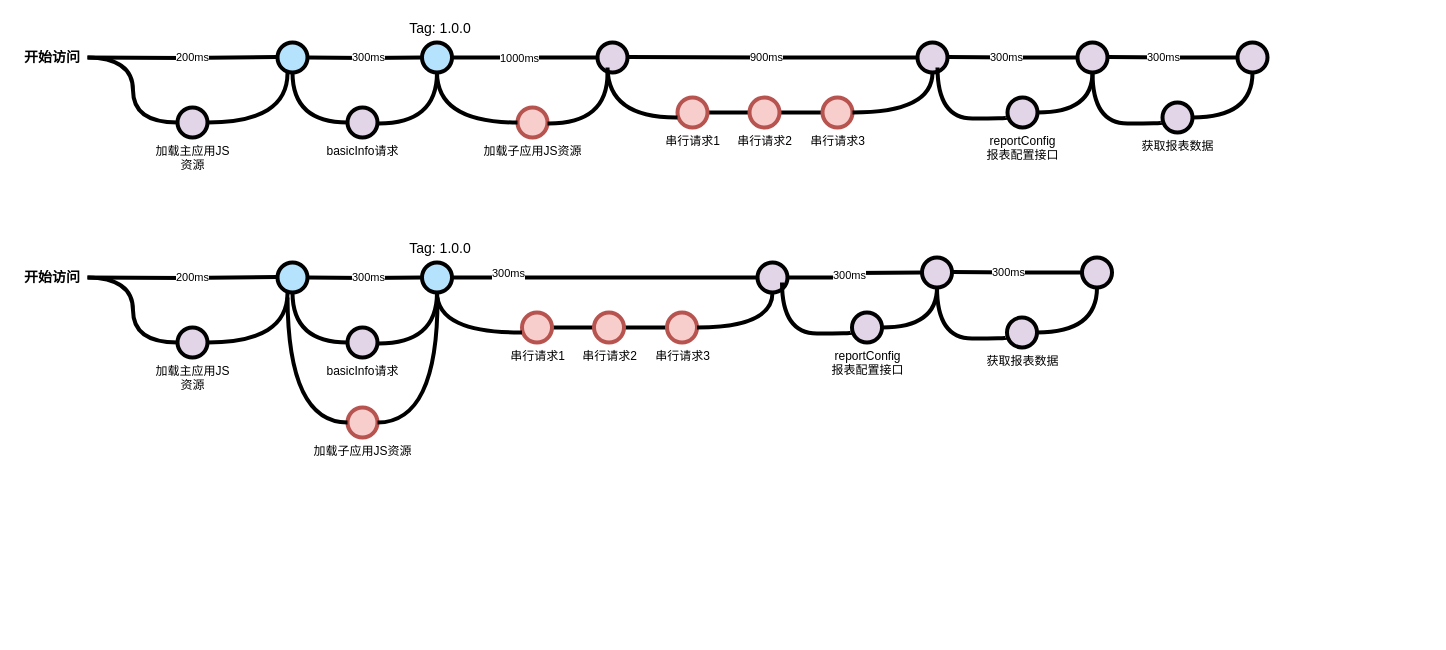
Above: 未命名绘图.drawio in EzrealDeng/blog (draw.io), before the change. Source tidied: cells renumbered, new cells numbered last; positions are measured from the earlier drawing's top-left corner, leaving out a move shared by most shapes. Both pictures are drawn from the tidied source at 100%, with x=0, y=0 at pixel (17, 17).
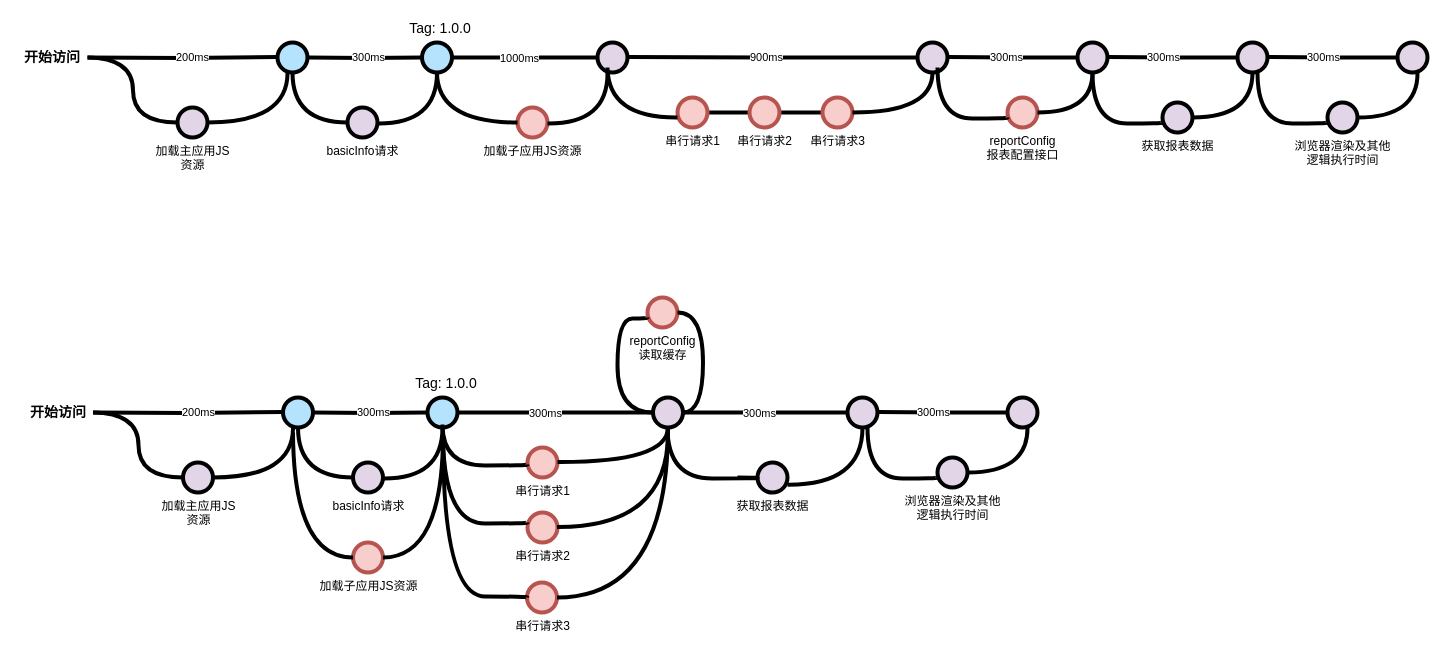
Above is the later version.

Commit message:
更新未命名绘图.drawio

The edit, as a diff of the source:
```diff
@@
-    <mxCell id="34" value="reportConfig&lt;br&gt;报表配置接口" style="verticalLabelPosition=bottom;verticalAlign=top;html=1;strokeWidth=4;shape=mxgraph.flowchart.on-page_reference;plain-purple;gradientColor=none;strokeColor=#000000;" parent="1" vertex="1">
+    <mxCell id="34" value="reportConfig&lt;br&gt;报表配置接口" style="verticalLabelPosition=bottom;verticalAlign=top;html=1;strokeWidth=4;shape=mxgraph.flowchart.on-page_reference;strokeColor=#b85450;fillColor=#f8cecc;" parent="1" vertex="1">
       <mxGeometry x="990" y="80" width="30" height="30" as="geometry" />
     </mxCell>
@@
     <mxCell id="44" style="verticalLabelPosition=bottom;verticalAlign=top;html=1;strokeWidth=4;shape=mxgraph.flowchart.on-page_reference;plain-blue;gradientColor=none;fillColor=#B5E3Fe;strokeColor=#000000;" parent="1" vertex="1">
-      <mxGeometry x="404.5" y="245" width="30" height="30" as="geometry" />
+      <mxGeometry x="410" y="380" width="30" height="30" as="geometry" />
     </mxCell>
     <mxCell id="45" style="edgeStyle=orthogonalEdgeStyle;rounded=0;html=1;jettySize=auto;strokeWidth=4;endArrow=none;endFill=0;" parent="1" edge="1" target="44">
       <mxGeometry x="204.5" y="180" as="geometry">
-        <mxPoint x="290" y="260" as="sourcePoint" />
+        <mxPoint x="295.5" y="395" as="sourcePoint" />
       </mxGeometry>
     </mxCell>
@@
     <mxCell id="47" value="开始访问" style="text;html=1;strokeColor=none;fillColor=none;align=center;verticalAlign=middle;whiteSpace=wrap;overflow=hidden;fontSize=14;fontStyle=1;fontFamily=Courier New;" parent="1" vertex="1">
-      <mxGeometry y="250" width="70" height="20" as="geometry" />
+      <mxGeometry x="5.5" y="385" width="70" height="20" as="geometry" />
     </mxCell>
-    <mxCell id="48" style="edgeStyle=orthogonalEdgeStyle;curved=1;rounded=0;html=1;exitX=1;exitY=0.5;exitPerimeter=0;entryX=0;entryY=0.5;entryPerimeter=0;endArrow=none;endFill=0;jettySize=auto;strokeWidth=4;fontSize=15;" parent="1" edge="1" source="49" target="51">
-      <mxGeometry relative="1" as="geometry" />
-    </mxCell>
     <mxCell id="49" value="串行请求1" style="verticalLabelPosition=bottom;verticalAlign=top;html=1;strokeWidth=4;shape=mxgraph.flowchart.on-page_reference;strokeColor=#b85450;fillColor=#f8cecc;" parent="1" vertex="1">
-      <mxGeometry x="504.5" y="295" width="30" height="30" as="geometry" />
+      <mxGeometry x="510" y="430" width="30" height="30" as="geometry" />
     </mxCell>
-    <mxCell id="50" style="edgeStyle=orthogonalEdgeStyle;curved=1;rounded=0;html=1;exitX=1;exitY=0.5;exitPerimeter=0;entryX=0;entryY=0.5;entryPerimeter=0;endArrow=none;endFill=0;jettySize=auto;strokeWidth=4;fontSize=15;" parent="1" edge="1" source="51" target="52">
-      <mxGeometry relative="1" as="geometry" />
-    </mxCell>
-    <mxCell id="51" value="串行请求2" style="verticalLabelPosition=bottom;verticalAlign=top;html=1;strokeWidth=4;shape=mxgraph.flowchart.on-page_reference;strokeColor=#b85450;fillColor=#f8cecc;" parent="1" vertex="1">
-      <mxGeometry x="576.5" y="295" width="30" height="30" as="geometry" />
-    </mxCell>
-    <mxCell id="52" value="串行请求3" style="verticalLabelPosition=bottom;verticalAlign=top;html=1;strokeWidth=4;shape=mxgraph.flowchart.on-page_reference;strokeColor=#b85450;fillColor=#f8cecc;" parent="1" vertex="1">
-      <mxGeometry x="649.5" y="295" width="30" height="30" as="geometry" />
-    </mxCell>
     <mxCell id="53" value="Tag: 1.0.0" style="text;html=1;strokeColor=none;fillColor=none;align=center;verticalAlign=middle;whiteSpace=wrap;overflow=hidden;fontSize=14;" parent="1" vertex="1">
-      <mxGeometry x="388.4" y="220" width="70" height="20" as="geometry" />
+      <mxGeometry x="393.9" y="355" width="70" height="20" as="geometry" />
     </mxCell>
     <mxCell id="54" style="verticalLabelPosition=bottom;verticalAlign=top;html=1;strokeWidth=4;shape=mxgraph.flowchart.on-page_reference;plain-blue;gradientColor=none;fillColor=#B5E3Fe;strokeColor=#000000;" parent="1" vertex="1">
-      <mxGeometry x="260" y="245" width="30" height="30" as="geometry" />
+      <mxGeometry x="265.5" y="380" width="30" height="30" as="geometry" />
     </mxCell>
     <mxCell id="55" style="edgeStyle=orthogonalEdgeStyle;rounded=0;html=1;jettySize=auto;orthogonalLoop=1;plain-blue;endArrow=none;endFill=0;strokeWidth=4;strokeColor=#000000;" parent="1" edge="1">
       <mxGeometry x="304.5" y="180" as="geometry">
-        <mxPoint x="70" y="260" as="sourcePoint" />
-        <mxPoint x="260" y="259.5" as="targetPoint" />
+        <mxPoint x="75.5" y="395" as="sourcePoint" />
+        <mxPoint x="265.5" y="394.5" as="targetPoint" />
       </mxGeometry>
     </mxCell>
@@
     <mxCell id="57" value="basicInfo请求" style="verticalLabelPosition=bottom;verticalAlign=top;html=1;strokeWidth=4;shape=mxgraph.flowchart.on-page_reference;plain-purple;gradientColor=none;strokeColor=#000000;" parent="1" vertex="1">
-      <mxGeometry x="330" y="310" width="30" height="30" as="geometry" />
+      <mxGeometry x="335.5" y="445" width="30" height="30" as="geometry" />
     </mxCell>
@@
     <mxCell id="59" style="edgeStyle=orthogonalEdgeStyle;curved=1;rounded=0;html=1;entryX=0.5;entryY=1;entryPerimeter=0;endArrow=none;endFill=0;jettySize=auto;strokeWidth=4;fontSize=15;entryDx=0;entryDy=0;" parent="1" edge="1" target="44">
       <mxGeometry relative="1" as="geometry">
-        <mxPoint x="360" y="326" as="sourcePoint" />
+        <mxPoint x="365.5" y="461" as="sourcePoint" />
       </mxGeometry>
     </mxCell>
     <mxCell id="60" value="加载主应用JS&lt;br&gt;资源" style="verticalLabelPosition=bottom;verticalAlign=top;html=1;strokeWidth=4;shape=mxgraph.flowchart.on-page_reference;plain-purple;gradientColor=none;strokeColor=#000000;" parent="1" vertex="1">
-      <mxGeometry x="160" y="310" width="30" height="30" as="geometry" />
+      <mxGeometry x="165.5" y="445" width="30" height="30" as="geometry" />
     </mxCell>
     <mxCell id="61" style="edgeStyle=orthogonalEdgeStyle;curved=1;rounded=0;html=1;entryX=0;entryY=0.5;entryPerimeter=0;endArrow=none;endFill=0;jettySize=auto;strokeWidth=4;fontSize=15;entryDx=0;entryDy=0;" parent="1" edge="1" target="60">
       <mxGeometry relative="1" as="geometry">
-        <mxPoint x="70" y="260" as="sourcePoint" />
+        <mxPoint x="75.5" y="395" as="sourcePoint" />
       </mxGeometry>
     </mxCell>
     <mxCell id="62" style="edgeStyle=orthogonalEdgeStyle;curved=1;rounded=0;html=1;entryX=0.5;entryY=1;entryPerimeter=0;endArrow=none;endFill=0;jettySize=auto;strokeWidth=4;fontSize=15;entryDx=0;entryDy=0;exitX=1;exitY=0.5;exitDx=0;exitDy=0;exitPerimeter=0;" parent="1" edge="1" source="60">
       <mxGeometry relative="1" as="geometry">
-        <mxPoint x="270" y="275" as="targetPoint" />
+        <mxPoint x="275.5" y="410" as="targetPoint" />
       </mxGeometry>
     </mxCell>
     <mxCell id="63" style="edgeStyle=orthogonalEdgeStyle;rounded=0;html=1;jettySize=auto;plain-blue;endArrow=none;endFill=0;strokeWidth=4;strokeColor=#000000;exitX=1;exitY=0.5;exitDx=0;exitDy=0;exitPerimeter=0;" parent="1" edge="1" source="44">
       <mxGeometry x="304.5" y="180" as="geometry">
-        <mxPoint x="740" y="260" as="targetPoint" />
+        <mxPoint x="635.5" y="395" as="targetPoint" />
       </mxGeometry>
     </mxCell>
     <mxCell id="64" value="300ms" style="edgeLabel;html=1;align=center;verticalAlign=middle;" parent="63" vertex="1">
       <mxGeometry relative="1" as="geometry">
-        <mxPoint x="-97" y="-5" as="offset" />
+        <mxPoint x="-10" as="offset" />
       </mxGeometry>
     </mxCell>
-    <mxCell id="65" style="edgeStyle=orthogonalEdgeStyle;curved=1;rounded=0;html=1;entryX=0.5;entryY=1;entryPerimeter=0;endArrow=none;endFill=0;jettySize=auto;strokeWidth=4;fontSize=15;entryDx=0;entryDy=0;" parent="1" edge="1" target="44">
+    <mxCell id="65" style="edgeStyle=orthogonalEdgeStyle;curved=1;rounded=0;html=1;entryX=0.5;entryY=1;entryPerimeter=0;endArrow=none;endFill=0;jettySize=auto;orthogonalLoop=1;strokeWidth=4;fontSize=15;entryDx=0;entryDy=0;" parent="1" edge="1">
       <mxGeometry relative="1" as="geometry">
-        <mxPoint x="504.5" y="315" as="sourcePoint" />
+        <mxPoint x="510" y="447" as="sourcePoint" />
+        <mxPoint x="425" y="407" as="targetPoint" />
+        <Array as="points">
+          <mxPoint x="510.5" y="448" />
+          <mxPoint x="425.5" y="448" />
+        </Array>
       </mxGeometry>
     </mxCell>
     <mxCell id="66" style="verticalLabelPosition=bottom;verticalAlign=top;html=1;strokeWidth=4;shape=mxgraph.flowchart.on-page_reference;plain-purple;gradientColor=none;strokeColor=#000000;" parent="1" vertex="1">
-      <mxGeometry x="740" y="245" width="30" height="30" as="geometry" />
+      <mxGeometry x="635.5" y="380" width="30" height="30" as="geometry" />
     </mxCell>
-    <mxCell id="67" style="edgeStyle=orthogonalEdgeStyle;curved=1;rounded=0;html=1;entryX=0.5;entryY=1;entryPerimeter=0;endArrow=none;endFill=0;jettySize=auto;strokeWidth=4;fontSize=15;entryDx=0;entryDy=0;exitX=1;exitY=0.5;exitDx=0;exitDy=0;exitPerimeter=0;" parent="1" edge="1" source="52" target="66">
-      <mxGeometry relative="1" as="geometry" />
-    </mxCell>
     <mxCell id="68" style="edgeStyle=orthogonalEdgeStyle;rounded=0;html=1;jettySize=auto;plain-blue;endArrow=none;endFill=0;strokeWidth=4;strokeColor=#000000;exitX=1;exitY=0.5;exitDx=0;exitDy=0;exitPerimeter=0;" parent="1" edge="1" source="66">
       <mxGeometry x="304.5" y="180" as="geometry">
-        <mxPoint x="904.5" y="255" as="targetPoint" />
+        <mxPoint x="830" y="395" as="targetPoint" />
       </mxGeometry>
     </mxCell>
@@
-    <mxCell id="70" value="reportConfig&lt;br&gt;报表配置接口" style="verticalLabelPosition=bottom;verticalAlign=top;html=1;strokeWidth=4;shape=mxgraph.flowchart.on-page_reference;plain-purple;gradientColor=none;strokeColor=#000000;" parent="1" vertex="1">
-      <mxGeometry x="834.5" y="295" width="30" height="30" as="geometry" />
+    <mxCell id="70" value="reportConfig&lt;br&gt;读取缓存&lt;br&gt;" style="verticalLabelPosition=bottom;verticalAlign=top;html=1;strokeWidth=4;shape=mxgraph.flowchart.on-page_reference;strokeColor=#b85450;fillColor=#f8cecc;" parent="1" vertex="1">
+      <mxGeometry x="630" y="280" width="30" height="30" as="geometry" />
     </mxCell>
-    <mxCell id="71" style="edgeStyle=orthogonalEdgeStyle;curved=1;rounded=0;html=1;entryX=0.5;entryY=1;entryPerimeter=0;endArrow=none;endFill=0;jettySize=auto;strokeWidth=4;fontSize=15;entryDx=0;entryDy=0;exitX=1;exitY=0.5;exitDx=0;exitDy=0;exitPerimeter=0;" parent="1" edge="1" source="70" target="72">
+    <mxCell id="71" style="edgeStyle=orthogonalEdgeStyle;curved=1;rounded=0;html=1;entryX=1;entryY=0.5;entryPerimeter=0;endArrow=none;endFill=0;jettySize=auto;strokeWidth=4;fontSize=15;entryDx=0;entryDy=0;exitX=1;exitY=0.5;exitDx=0;exitDy=0;exitPerimeter=0;" parent="1" edge="1" source="70" target="66">
       <mxGeometry relative="1" as="geometry" />
     </mxCell>
-    <mxCell id="72" style="verticalLabelPosition=bottom;verticalAlign=top;html=1;strokeWidth=4;shape=mxgraph.flowchart.on-page_reference;plain-purple;gradientColor=none;strokeColor=#000000;" parent="1" vertex="1">
-      <mxGeometry x="904.5" y="240" width="30" height="30" as="geometry" />
-    </mxCell>
-    <mxCell id="73" style="edgeStyle=orthogonalEdgeStyle;curved=1;rounded=0;html=1;entryX=0.5;entryY=1;entryPerimeter=0;endArrow=none;endFill=0;jettySize=auto;orthogonalLoop=1;strokeWidth=4;fontSize=15;entryDx=0;entryDy=0;" parent="1" edge="1">
-      <mxGeometry relative="1" as="geometry">
-        <mxPoint x="834.5" y="315" as="sourcePoint" />
-        <mxPoint x="764.5" y="265" as="targetPoint" />
-        <Array as="points">
-          <mxPoint x="834.5" y="316" />
-          <mxPoint x="764.5" y="316" />
-        </Array>
-      </mxGeometry>
-    </mxCell>
-    <mxCell id="74" style="edgeStyle=orthogonalEdgeStyle;rounded=0;html=1;jettySize=auto;orthogonalLoop=1;plain-blue;endArrow=none;endFill=0;strokeWidth=4;strokeColor=#000000;" parent="1" edge="1">
-      <mxGeometry x="304.5" y="180" as="geometry">
-        <mxPoint x="934.5" y="254.5" as="sourcePoint" />
-        <mxPoint x="1064.5" y="255" as="targetPoint" />
-      </mxGeometry>
-    </mxCell>
-    <mxCell id="75" value="300ms" style="edgeLabel;html=1;align=center;verticalAlign=middle;" parent="74" vertex="1">
-      <mxGeometry relative="1" as="geometry">
-        <mxPoint x="-9" as="offset" />
-      </mxGeometry>
-    </mxCell>
     <mxCell id="76" value="获取报表数据" style="verticalLabelPosition=bottom;verticalAlign=top;html=1;strokeWidth=4;shape=mxgraph.flowchart.on-page_reference;plain-purple;gradientColor=none;strokeColor=#000000;" parent="1" vertex="1">
-      <mxGeometry x="989.5" y="300" width="30" height="30" as="geometry" />
+      <mxGeometry x="740" y="445" width="30" height="30" as="geometry" />
     </mxCell>
-    <mxCell id="77" style="edgeStyle=orthogonalEdgeStyle;curved=1;rounded=0;html=1;entryX=0.5;entryY=1;entryPerimeter=0;endArrow=none;endFill=0;jettySize=auto;strokeWidth=4;fontSize=15;entryDx=0;entryDy=0;exitX=1;exitY=0.5;exitDx=0;exitDy=0;exitPerimeter=0;" parent="1" edge="1" source="76" target="79">
-      <mxGeometry relative="1" as="geometry" />
-    </mxCell>
-    <mxCell id="78" style="edgeStyle=orthogonalEdgeStyle;curved=1;rounded=0;html=1;entryX=0.5;entryY=1;entryPerimeter=0;endArrow=none;endFill=0;jettySize=auto;orthogonalLoop=1;strokeWidth=4;fontSize=15;entryDx=0;entryDy=0;" parent="1" edge="1">
-      <mxGeometry relative="1" as="geometry">
-        <mxPoint x="989.5" y="320" as="sourcePoint" />
-        <mxPoint x="919.5" y="270" as="targetPoint" />
-        <Array as="points">
-          <mxPoint x="989.5" y="321" />
-          <mxPoint x="919.5" y="321" />
-        </Array>
-      </mxGeometry>
-    </mxCell>
     <mxCell id="79" style="verticalLabelPosition=bottom;verticalAlign=top;html=1;strokeWidth=4;shape=mxgraph.flowchart.on-page_reference;plain-purple;gradientColor=none;strokeColor=#000000;" parent="1" vertex="1">
-      <mxGeometry x="1064.5" y="240" width="30" height="30" as="geometry" />
+      <mxGeometry x="830" y="380" width="30" height="30" as="geometry" />
     </mxCell>
     <mxCell id="80" value="加载子应用JS资源" style="verticalLabelPosition=bottom;verticalAlign=top;html=1;strokeWidth=4;shape=mxgraph.flowchart.on-page_reference;strokeColor=#b85450;fillColor=#f8cecc;" parent="1" vertex="1">
-      <mxGeometry x="330" y="390" width="30" height="30" as="geometry" />
+      <mxGeometry x="335.5" y="525" width="30" height="30" as="geometry" />
     </mxCell>
     <mxCell id="81" style="edgeStyle=orthogonalEdgeStyle;curved=1;rounded=0;html=1;endArrow=none;endFill=0;jettySize=auto;strokeWidth=4;fontSize=15;exitX=0;exitY=0.5;exitDx=0;exitDy=0;exitPerimeter=0;" parent="1" edge="1" source="80">
       <mxGeometry relative="1" as="geometry">
-        <mxPoint x="270" y="280" as="targetPoint" />
+        <mxPoint x="275.5" y="415" as="targetPoint" />
       </mxGeometry>
     </mxCell>
     <mxCell id="82" style="edgeStyle=orthogonalEdgeStyle;curved=1;rounded=0;html=1;endArrow=none;endFill=0;jettySize=auto;strokeWidth=4;fontSize=15;exitX=1;exitY=0.5;exitDx=0;exitDy=0;exitPerimeter=0;" parent="1" edge="1" source="80">
       <mxGeometry relative="1" as="geometry">
-        <mxPoint x="420" y="280" as="targetPoint" />
+        <mxPoint x="425.5" y="415" as="targetPoint" />
       </mxGeometry>
     </mxCell>
+    <mxCell id="51" value="串行请求2" style="verticalLabelPosition=bottom;verticalAlign=top;html=1;strokeWidth=4;shape=mxgraph.flowchart.on-page_reference;strokeColor=#b85450;fillColor=#f8cecc;" parent="1" vertex="1">
+      <mxGeometry x="510" y="495" width="30" height="30" as="geometry" />
+    </mxCell>
+    <mxCell id="52" value="串行请求3" style="verticalLabelPosition=bottom;verticalAlign=top;html=1;strokeWidth=4;shape=mxgraph.flowchart.on-page_reference;strokeColor=#b85450;fillColor=#f8cecc;" parent="1" vertex="1">
+      <mxGeometry x="509.5" y="565" width="30" height="30" as="geometry" />
+    </mxCell>
+    <mxCell id="67" style="edgeStyle=orthogonalEdgeStyle;curved=1;rounded=0;html=1;endArrow=none;endFill=0;jettySize=auto;strokeWidth=4;fontSize=15;exitX=1;exitY=0.5;exitDx=0;exitDy=0;exitPerimeter=0;entryX=0.5;entryY=1;entryDx=0;entryDy=0;entryPerimeter=0;" parent="1" edge="1" source="52" target="66">
+      <mxGeometry relative="1" as="geometry" />
+    </mxCell>
+    <mxCell id="83" style="edgeStyle=orthogonalEdgeStyle;curved=1;rounded=0;html=1;endArrow=none;endFill=0;jettySize=auto;strokeWidth=4;fontSize=15;exitX=1;exitY=0.5;exitDx=0;exitDy=0;exitPerimeter=0;entryX=0.5;entryY=1;entryDx=0;entryDy=0;entryPerimeter=0;" parent="1" edge="1" target="66">
+      <mxGeometry relative="1" as="geometry">
+        <mxPoint x="540" y="444.5" as="sourcePoint" />
+      </mxGeometry>
+    </mxCell>
+    <mxCell id="84" style="edgeStyle=orthogonalEdgeStyle;curved=1;rounded=0;html=1;endArrow=none;endFill=0;jettySize=auto;orthogonalLoop=1;strokeWidth=4;fontSize=15;" parent="1" edge="1">
+      <mxGeometry relative="1" as="geometry">
+        <mxPoint x="510" y="505" as="sourcePoint" />
+        <mxPoint x="425.5" y="415" as="targetPoint" />
+        <Array as="points">
+          <mxPoint x="510.5" y="506" />
+          <mxPoint x="425.5" y="506" />
+        </Array>
+      </mxGeometry>
+    </mxCell>
+    <mxCell id="85" style="edgeStyle=orthogonalEdgeStyle;curved=1;rounded=0;html=1;endArrow=none;endFill=0;jettySize=auto;orthogonalLoop=1;strokeWidth=4;fontSize=15;exitX=1;exitY=0.5;exitDx=0;exitDy=0;exitPerimeter=0;" parent="1" edge="1">
+      <mxGeometry relative="1" as="geometry">
+        <mxPoint x="539.5" y="509.5" as="sourcePoint" />
+        <mxPoint x="650.5" y="415" as="targetPoint" />
+      </mxGeometry>
+    </mxCell>
+    <mxCell id="86" style="edgeStyle=orthogonalEdgeStyle;curved=1;rounded=0;html=1;endArrow=none;endFill=0;jettySize=auto;orthogonalLoop=1;strokeWidth=4;fontSize=15;" parent="1" edge="1">
+      <mxGeometry relative="1" as="geometry">
+        <mxPoint x="510" y="580" as="sourcePoint" />
+        <mxPoint x="425.5" y="420" as="targetPoint" />
+        <Array as="points">
+          <mxPoint x="510.5" y="579" />
+          <mxPoint x="425.5" y="579" />
+        </Array>
+      </mxGeometry>
+    </mxCell>
+    <mxCell id="87" style="edgeStyle=orthogonalEdgeStyle;curved=1;rounded=0;html=1;entryX=0;entryY=0.5;entryPerimeter=0;endArrow=none;endFill=0;jettySize=auto;strokeWidth=4;fontSize=15;entryDx=0;entryDy=0;" parent="1" edge="1" target="66">
+      <mxGeometry relative="1" as="geometry">
+        <mxPoint x="630" y="300" as="sourcePoint" />
+        <Array as="points">
+          <mxPoint x="630" y="301" />
+          <mxPoint x="600" y="301" />
+          <mxPoint x="600" y="395" />
+        </Array>
+      </mxGeometry>
+    </mxCell>
+    <mxCell id="88" style="edgeStyle=orthogonalEdgeStyle;rounded=0;html=1;jettySize=auto;orthogonalLoop=1;plain-blue;endArrow=none;endFill=0;strokeWidth=4;strokeColor=#000000;" parent="1" edge="1">
+      <mxGeometry x="304.5" y="180" as="geometry">
+        <mxPoint x="1250" y="39.5" as="sourcePoint" />
+        <mxPoint x="1380" y="40" as="targetPoint" />
+      </mxGeometry>
+    </mxCell>
+    <mxCell id="89" value="300ms" style="edgeLabel;html=1;align=center;verticalAlign=middle;" parent="88" vertex="1">
+      <mxGeometry relative="1" as="geometry">
+        <mxPoint x="-9" as="offset" />
+      </mxGeometry>
+    </mxCell>
+    <mxCell id="90" style="verticalLabelPosition=bottom;verticalAlign=top;html=1;strokeWidth=4;shape=mxgraph.flowchart.on-page_reference;plain-purple;gradientColor=none;strokeColor=#000000;" parent="1" vertex="1">
+      <mxGeometry x="1380" y="25" width="30" height="30" as="geometry" />
+    </mxCell>
+    <mxCell id="91" value="浏览器渲染及其他&lt;br&gt;逻辑执行时间" style="verticalLabelPosition=bottom;verticalAlign=top;html=1;strokeWidth=4;shape=mxgraph.flowchart.on-page_reference;plain-purple;gradientColor=none;strokeColor=#000000;" parent="1" vertex="1">
+      <mxGeometry x="1310" y="85" width="30" height="30" as="geometry" />
+    </mxCell>
+    <mxCell id="92" style="edgeStyle=orthogonalEdgeStyle;curved=1;rounded=0;html=1;entryX=0.5;entryY=1;entryPerimeter=0;endArrow=none;endFill=0;jettySize=auto;strokeWidth=4;fontSize=15;entryDx=0;entryDy=0;exitX=1;exitY=0.5;exitDx=0;exitDy=0;exitPerimeter=0;" parent="1" edge="1" source="91">
+      <mxGeometry relative="1" as="geometry">
+        <mxPoint x="1400" y="55" as="targetPoint" />
+      </mxGeometry>
+    </mxCell>
+    <mxCell id="93" style="edgeStyle=orthogonalEdgeStyle;curved=1;rounded=0;html=1;entryX=0.5;entryY=1;entryPerimeter=0;endArrow=none;endFill=0;jettySize=auto;orthogonalLoop=1;strokeWidth=4;fontSize=15;entryDx=0;entryDy=0;" parent="1" edge="1">
+      <mxGeometry relative="1" as="geometry">
+        <mxPoint x="1310" y="105" as="sourcePoint" />
+        <mxPoint x="1240" y="55" as="targetPoint" />
+        <Array as="points">
+          <mxPoint x="1310" y="106" />
+          <mxPoint x="1240" y="106" />
+        </Array>
+      </mxGeometry>
+    </mxCell>
+    <mxCell id="94" style="edgeStyle=orthogonalEdgeStyle;curved=1;rounded=0;html=1;entryX=0.5;entryY=1;entryPerimeter=0;endArrow=none;endFill=0;jettySize=auto;strokeWidth=4;fontSize=15;entryDx=0;entryDy=0;exitX=1;exitY=0.5;exitDx=0;exitDy=0;exitPerimeter=0;" parent="1" edge="1" target="79">
+      <mxGeometry relative="1" as="geometry">
+        <mxPoint x="770" y="467.2" as="sourcePoint" />
+      </mxGeometry>
+    </mxCell>
+    <mxCell id="95" style="edgeStyle=orthogonalEdgeStyle;curved=1;rounded=0;html=1;entryX=0.5;entryY=1;entryPerimeter=0;endArrow=none;endFill=0;jettySize=auto;orthogonalLoop=1;strokeWidth=4;fontSize=15;entryDx=0;entryDy=0;" parent="1" edge="1">
+      <mxGeometry relative="1" as="geometry">
+        <mxPoint x="720" y="460" as="sourcePoint" />
+        <mxPoint x="650" y="410" as="targetPoint" />
+        <Array as="points">
+          <mxPoint x="740" y="460" />
+          <mxPoint x="740" y="461" />
+          <mxPoint x="650" y="461" />
+        </Array>
+      </mxGeometry>
+    </mxCell>
+    <mxCell id="96" style="edgeStyle=orthogonalEdgeStyle;rounded=0;html=1;jettySize=auto;orthogonalLoop=1;plain-blue;endArrow=none;endFill=0;strokeWidth=4;strokeColor=#000000;" parent="1" edge="1">
+      <mxGeometry x="304.5" y="180" as="geometry">
+        <mxPoint x="860" y="394.5" as="sourcePoint" />
+        <mxPoint x="990" y="395" as="targetPoint" />
+      </mxGeometry>
+    </mxCell>
+    <mxCell id="97" value="300ms" style="edgeLabel;html=1;align=center;verticalAlign=middle;" parent="96" vertex="1">
+      <mxGeometry relative="1" as="geometry">
+        <mxPoint x="-9" as="offset" />
+      </mxGeometry>
+    </mxCell>
+    <mxCell id="98" style="verticalLabelPosition=bottom;verticalAlign=top;html=1;strokeWidth=4;shape=mxgraph.flowchart.on-page_reference;plain-purple;gradientColor=none;strokeColor=#000000;" parent="1" vertex="1">
+      <mxGeometry x="990" y="380" width="30" height="30" as="geometry" />
+    </mxCell>
+    <mxCell id="99" value="浏览器渲染及其他&lt;br&gt;逻辑执行时间" style="verticalLabelPosition=bottom;verticalAlign=top;html=1;strokeWidth=4;shape=mxgraph.flowchart.on-page_reference;plain-purple;gradientColor=none;strokeColor=#000000;" parent="1" vertex="1">
+      <mxGeometry x="920" y="440" width="30" height="30" as="geometry" />
+    </mxCell>
+    <mxCell id="100" style="edgeStyle=orthogonalEdgeStyle;curved=1;rounded=0;html=1;entryX=0.5;entryY=1;entryPerimeter=0;endArrow=none;endFill=0;jettySize=auto;strokeWidth=4;fontSize=15;entryDx=0;entryDy=0;exitX=1;exitY=0.5;exitDx=0;exitDy=0;exitPerimeter=0;" parent="1" edge="1" source="99">
+      <mxGeometry relative="1" as="geometry">
+        <mxPoint x="1010" y="410" as="targetPoint" />
+      </mxGeometry>
+    </mxCell>
+    <mxCell id="101" style="edgeStyle=orthogonalEdgeStyle;curved=1;rounded=0;html=1;entryX=0.5;entryY=1;entryPerimeter=0;endArrow=none;endFill=0;jettySize=auto;orthogonalLoop=1;strokeWidth=4;fontSize=15;entryDx=0;entryDy=0;" parent="1" edge="1">
+      <mxGeometry relative="1" as="geometry">
+        <mxPoint x="920" y="460" as="sourcePoint" />
+        <mxPoint x="850" y="410" as="targetPoint" />
+        <Array as="points">
+          <mxPoint x="920" y="461" />
+          <mxPoint x="850" y="461" />
+        </Array>
+      </mxGeometry>
+    </mxCell>
```
